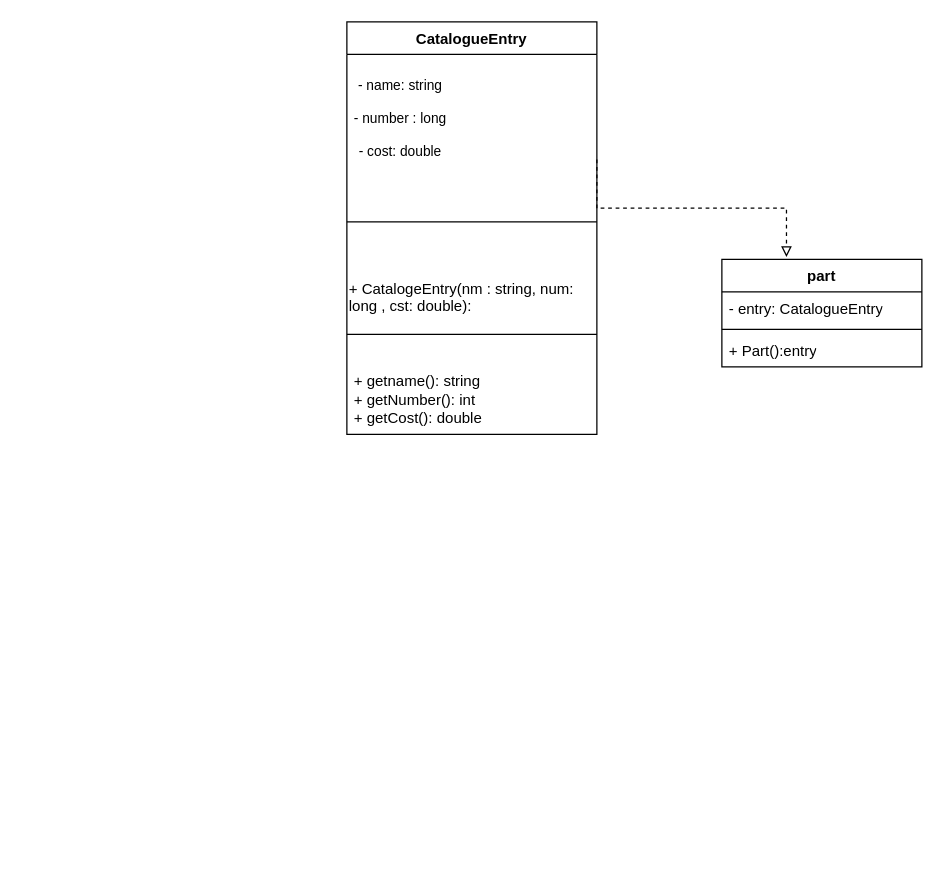
The draw.io diagram Untitled Diagram.drawio in AhmedButtar7/testrepo, before the edit. Source tidied: cells renumbered, new cells numbered last; positions are measured from the earlier drawing's top-left corner, leaving out a move shared by most shapes. Both pictures are drawn from the tidied source at 125%, with x=0, y=0 at pixel (346, 21).
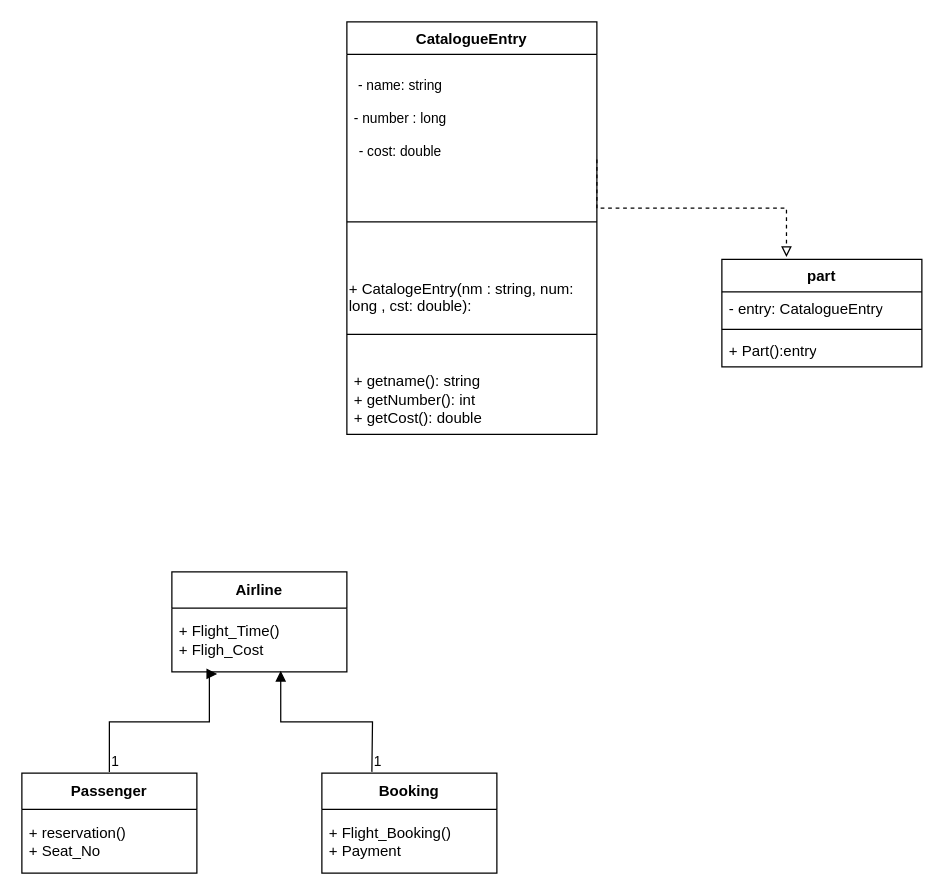
The same page after the edit.

Change to the diagram source:
```diff
@@
+    <mxCell id="13" value="Airline" style="swimlane;fontStyle=1;align=center;verticalAlign=middle;horizontal=1;startSize=29;html=1;whiteSpace=wrap;" parent="1" vertex="1">
+      <mxGeometry x="-140" y="440" width="140" height="80" as="geometry" />
+    </mxCell>
+    <mxCell id="14" value="+ Flight_Time()&lt;br&gt;+ Fligh_Cost" style="text;html=1;strokeColor=none;fillColor=none;align=left;verticalAlign=middle;spacingLeft=4;spacingRight=4;overflow=hidden;points=[[0,0.5],[1,0.5]];portConstraint=eastwest;whiteSpace=wrap;" parent="13" vertex="1">
+      <mxGeometry y="29" width="140" height="51" as="geometry" />
+    </mxCell>
+    <mxCell id="15" value="Booking" style="swimlane;fontStyle=1;align=center;verticalAlign=middle;horizontal=1;startSize=29;html=1;whiteSpace=wrap;" parent="1" vertex="1">
+      <mxGeometry x="-20" y="601" width="140" height="80" as="geometry" />
+    </mxCell>
+    <mxCell id="16" value="+ Flight_Booking()&lt;br&gt;+ Payment" style="text;html=1;strokeColor=none;fillColor=none;align=left;verticalAlign=middle;spacingLeft=4;spacingRight=4;overflow=hidden;whiteSpace=wrap;" parent="15" vertex="1">
+      <mxGeometry y="29" width="140" height="51" as="geometry" />
+    </mxCell>
+    <mxCell id="17" value="Passenger" style="swimlane;fontStyle=1;align=center;verticalAlign=middle;horizontal=1;startSize=29;html=1;whiteSpace=wrap;" parent="1" vertex="1">
+      <mxGeometry x="-260" y="601" width="140" height="80" as="geometry" />
+    </mxCell>
+    <mxCell id="18" value="+ reservation()&lt;br&gt;+ Seat_No" style="text;html=1;strokeColor=none;fillColor=none;align=left;verticalAlign=middle;spacingLeft=4;spacingRight=4;overflow=hidden;whiteSpace=wrap;" parent="17" vertex="1">
+      <mxGeometry y="29" width="140" height="51" as="geometry" />
+    </mxCell>
+    <mxCell id="19" style="endArrow=block;endFill=1;html=1;edgeStyle=orthogonalEdgeStyle;align=left;verticalAlign=top;rounded=0;entryX=0.259;entryY=1.034;entryDx=0;entryDy=0;entryPerimeter=0;" parent="1" edge="1" target="14">
+      <mxGeometry x="-1" relative="1" as="geometry">
+        <mxPoint x="-190" y="600" as="sourcePoint" />
+        <Array as="points">
+          <mxPoint x="-190" y="560" />
+          <mxPoint x="-110" y="560" />
+          <mxPoint x="-110" y="522" />
+        </Array>
+      </mxGeometry>
+    </mxCell>
+    <mxCell id="20" value="1" style="edgeLabel;html=1;align=left;verticalAlign=bottom;" parent="19" vertex="1">
+      <mxGeometry x="-1" relative="1" as="geometry" />
+    </mxCell>
+    <mxCell id="21" style="endArrow=block;endFill=1;html=1;edgeStyle=orthogonalEdgeStyle;align=left;verticalAlign=top;rounded=0;entryX=0.622;entryY=0.984;entryDx=0;entryDy=0;entryPerimeter=0;" parent="1" edge="1" target="14">
+      <mxGeometry x="-1" relative="1" as="geometry">
+        <mxPoint x="20" y="600" as="sourcePoint" />
+      </mxGeometry>
+    </mxCell>
+    <mxCell id="22" value="1" style="edgeLabel;html=1;align=left;verticalAlign=bottom;" parent="21" vertex="1">
+      <mxGeometry x="-1" relative="1" as="geometry" />
+    </mxCell>
```
